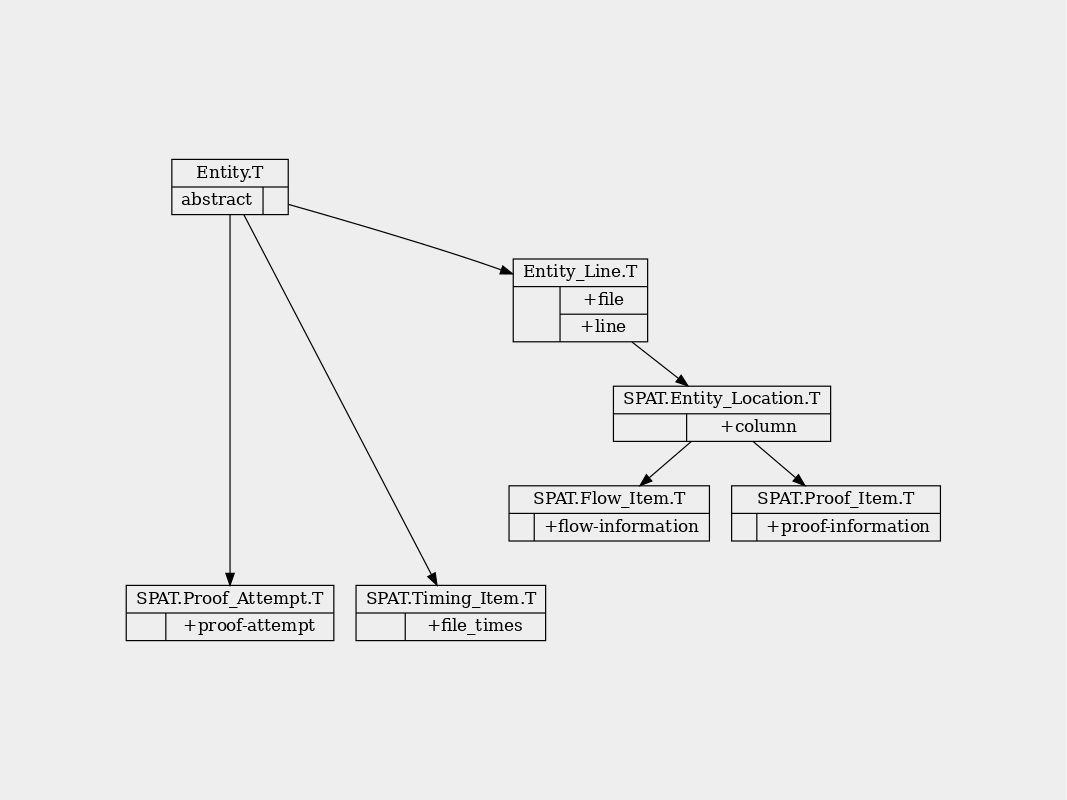
The Graphviz diagram doc/inheritance-tree.png in HeisenbugLtd/spat, before a commit. Its source is kept beside it as doc/inheritance-tree.dot.
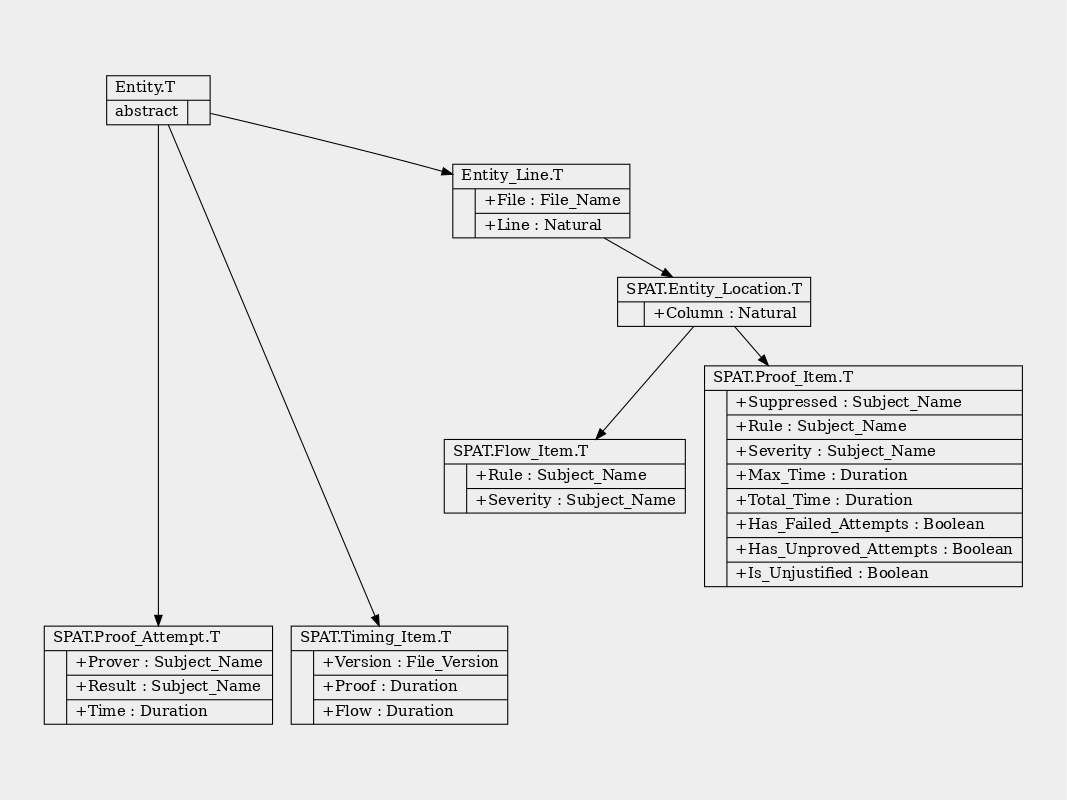
The same file after the commit.

Commit message:
* Added components to inheritance tree.

What changed in the source:
```diff
@@ -1,18 +1,18 @@
 digraph "Inheritance Tree"
 {
   rankdir=TB;
-  viewport="800,600,0.9";
+  viewport="800,600,0.8";
   ordering="out";
   bgcolor="#EEEEEE";
   node [shape=record];
 
-  "SPAT.Entity.T"          [label="{Entity.T|{abstract|}}"];
-  "SPAT.Entity_Line.T"     [label="{Entity_Line.T|{|{\+file|\+line}}}"];
-  "SPAT.Entity_Location.T" [label="{SPAT.Entity_Location.T|{|{+column}}}"];
-  "SPAT.Flow_Item.T"       [label="{SPAT.Flow_Item.T|{|+flow-information}}"];
-  "SPAT.Proof_Item.T"      [label="{SPAT.Proof_Item.T|{|+proof-information}}"];
-  "SPAT.Proof_Attempt.T"   [label="{SPAT.Proof_Attempt.T|{|+proof-attempt}}"];
-  "SPAT.Timing_Item.T"     [label="{SPAT.Timing_Item.T|{|+file_times}}}"];
+  "SPAT.Entity.T"          [label="{Entity.T\l|{abstract\l|}}"];
+  "SPAT.Entity_Line.T"     [label="{Entity_Line.T\l|{|{+File : File_Name\l|+Line : Natural\l}}}"];
+  "SPAT.Entity_Location.T" [label="{SPAT.Entity_Location.T\l|{|{+Column : Natural\l}}}"];
+  "SPAT.Flow_Item.T"       [label="{SPAT.Flow_Item.T\l|{|{+Rule : Subject_Name\l|+Severity : Subject_Name\l}}}"];
+  "SPAT.Proof_Item.T"      [label="{SPAT.Proof_Item.T\l|{|{+Suppressed : Subject_Name\l|+Rule : Subject_Name\l|+Severity : Subject_Name\l|+Max_Time : Duration\l|+Total_Time : Duration\l|+Has_Failed_Attempts : Boolean\l|+Has_Unproved_Attempts : Boolean\l|+Is_Unjustified : Boolean\l}}}"];
+  "SPAT.Proof_Attempt.T"   [label="{SPAT.Proof_Attempt.T\l|{|{+Prover : Subject_Name\l|+Result : Subject_Name\l|+Time : Duration\l}}}"];
+  "SPAT.Timing_Item.T"     [label="{SPAT.Timing_Item.T\l|{|{+Version : File_Version\l|+Proof : Duration\l|+Flow : Duration\l}}}"];
 
 
   "dummy" [style="invis"];
```
